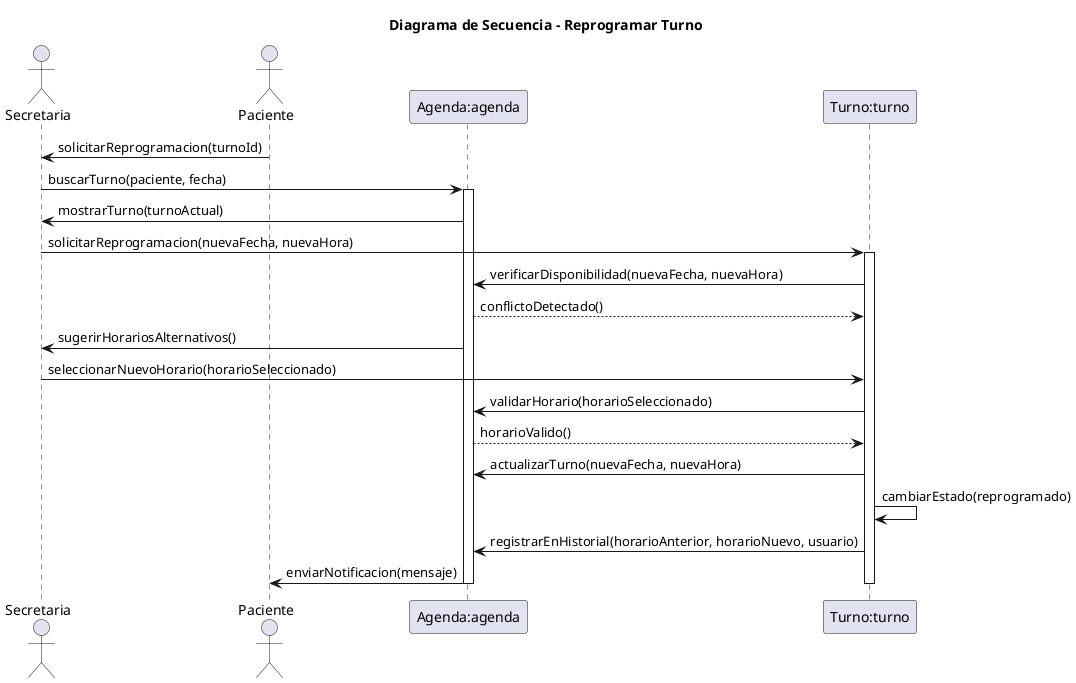
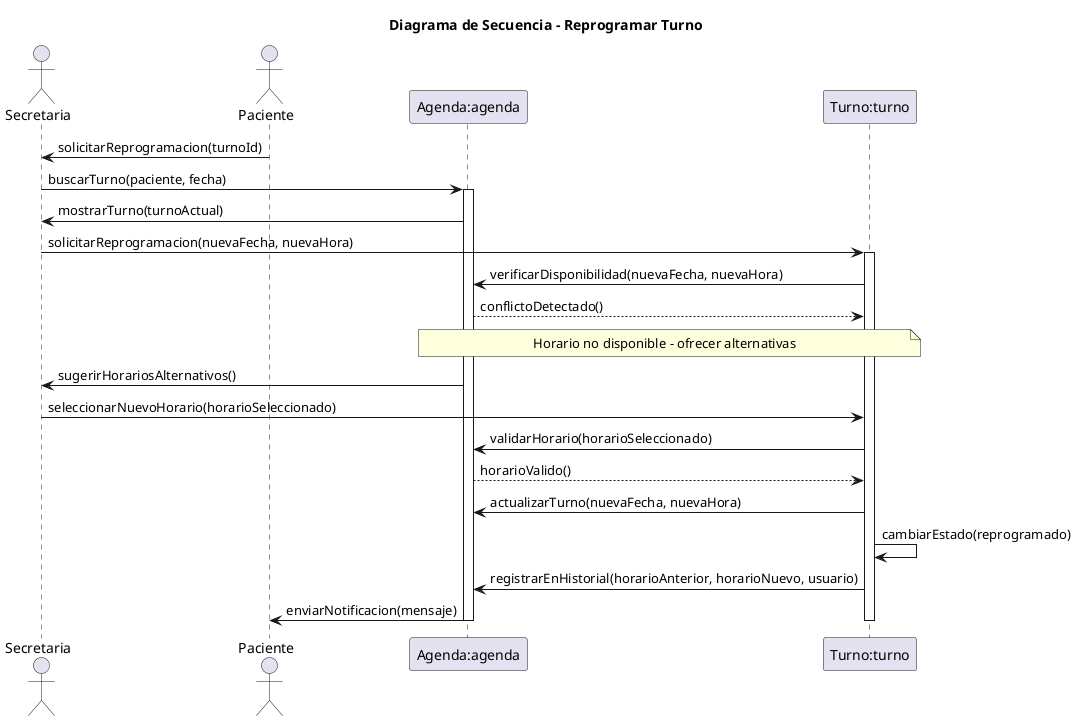
@startuml
title Diagrama de Secuencia - Reprogramar Turno
' Nombre del escenario: Reprogramar Turno - Flujo Alterno
' Archivo: diagramas/03-escenarios-casos-de-uso/03-reprogramar-turno-flujo-alterno.md
' Objetivo: Representar la reprogramación de un turno por conflicto de horario, involucrando secretaria, paciente y sistema, basado en responsabilidades de CRC (Secretaria gestiona turnos, Turno reprograma, Agenda verifica disponibilidad).

actor Secretaria as victoria
actor Paciente as maria
participant "Agenda:agenda" as agenda
participant "Turno:turno" as turno

maria -> victoria: solicitarReprogramacion(turnoId)

victoria -> agenda: buscarTurno(paciente, fecha)
activate agenda

agenda -> victoria: mostrarTurno(turnoActual)

victoria -> turno: solicitarReprogramacion(nuevaFecha, nuevaHora)
activate turno

turno -> agenda: verificarDisponibilidad(nuevaFecha, nuevaHora)
agenda --> turno: conflictoDetectado()
+ note over agenda, turno : Horario no disponible - ofrecer alternativas

agenda -> victoria: sugerirHorariosAlternativos()
victoria -> turno: seleccionarNuevoHorario(horarioSeleccionado)

turno -> agenda: validarHorario(horarioSeleccionado)
agenda --> turno: horarioValido()
turno -> agenda: actualizarTurno(nuevaFecha, nuevaHora)
turno -> turno: cambiarEstado(reprogramado)
turno -> agenda: registrarEnHistorial(horarioAnterior, horarioNuevo, usuario)

agenda -> maria: enviarNotificacion(mensaje)

deactivate turno
deactivate agenda
@enduml